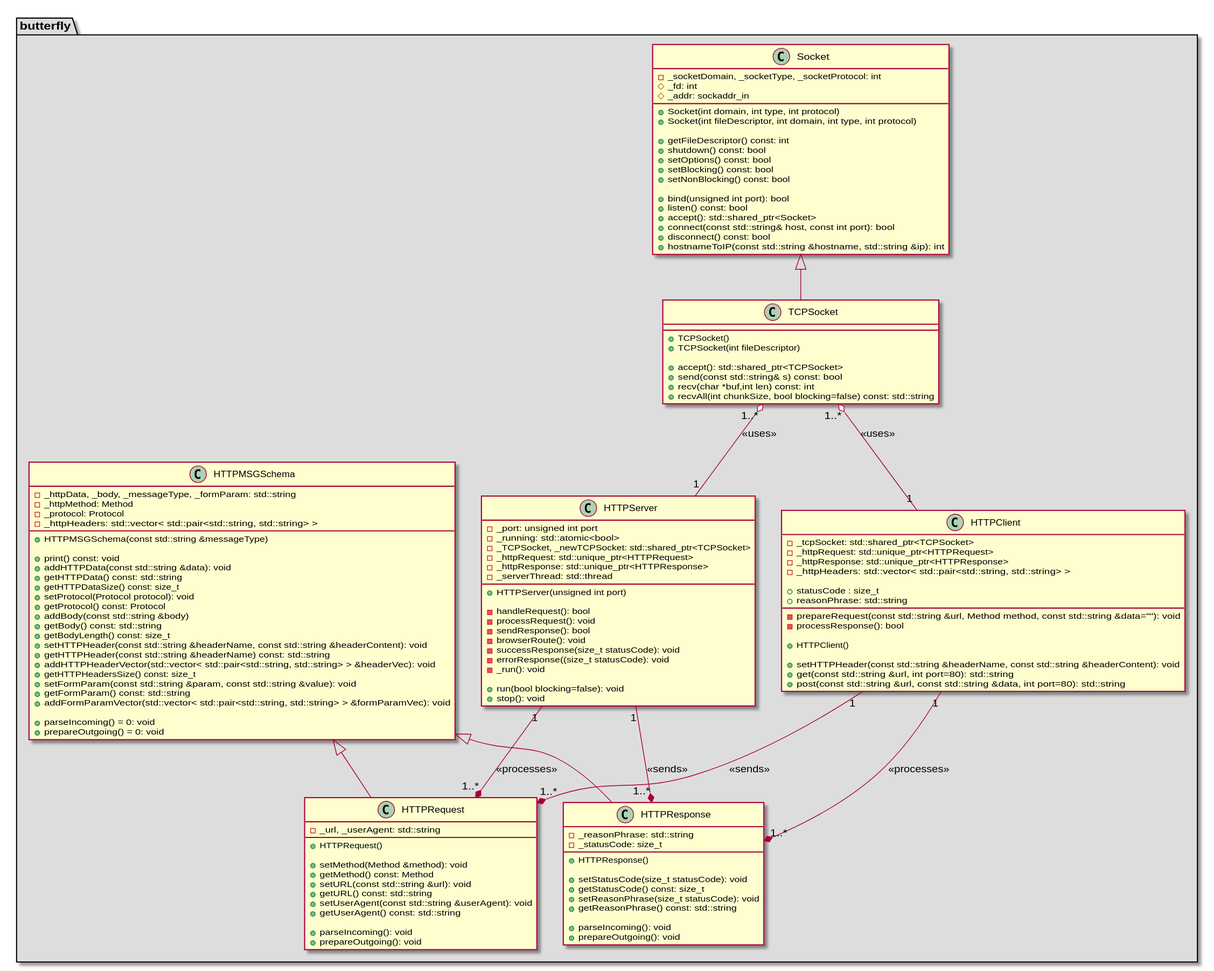
Earlier version of the PlantUML export architecture/class_diagrams/httpServerClient.svg (bierschi/butterfly).
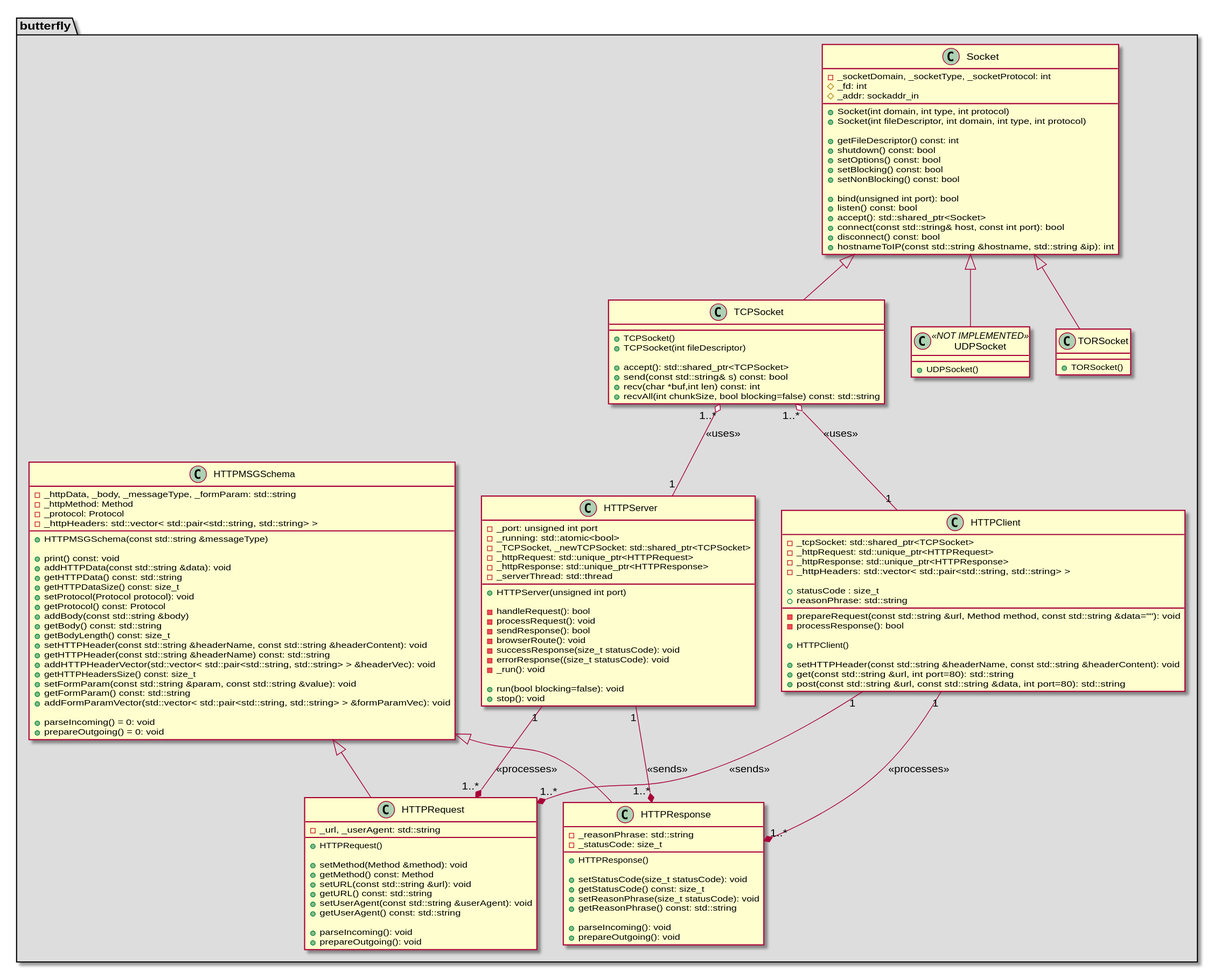
After the change.

The edit, as a diff of the source:
```diff
@@ -38,6 +38,25 @@
     + recvAll(int chunkSize, bool blocking=false) const: std::string
 }
 
+class UDPSocket <<NOT IMPLEMENTED>>
+{
+    + UDPSocket()
+}
+
+class TORSocket
+{
+
+    + TORSocket()
+}
+
+Socket            <|-- TCPSocket
+Socket            <|-- UDPSocket
+Socket            <|-- TORSocket
+
+}
+
+package butterfly #DDDDDD
+{
 
 class HTTPServer
 {
@@ -150,7 +169,6 @@
     class HTTPClient
 }
 
-Socket            <|-- TCPSocket
 TCPSocket "1..*"  o--  "1" HTTPServer : <<uses>>
 TCPSocket "1..*"  o--  "1" HTTPClient : <<uses>>
 
```
